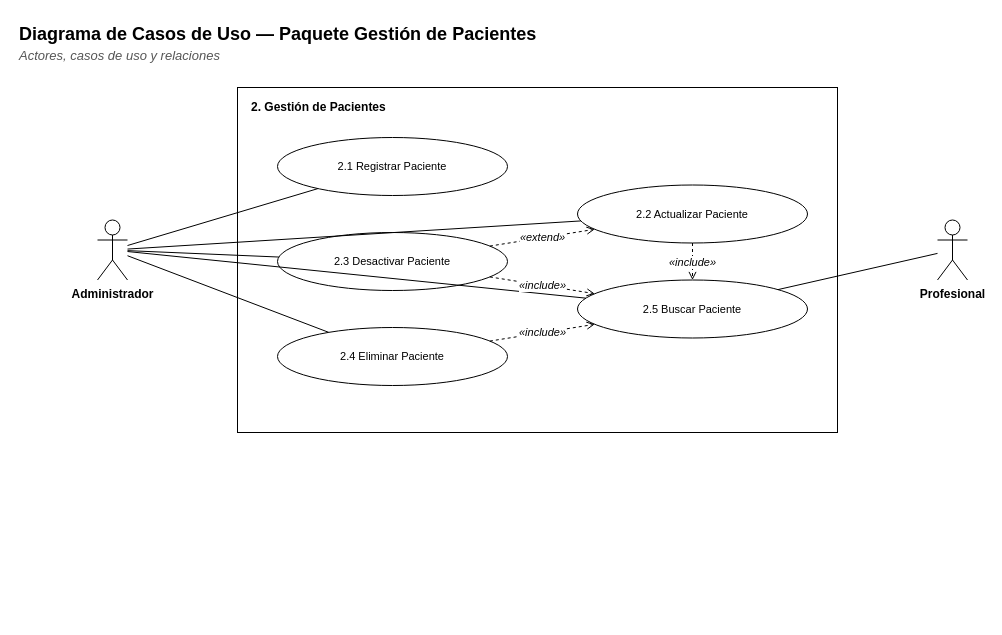
The draw.io diagram docs/diagramas/paquete-pacientes-casos.drawio in Matiglorioso/kineturnos, before the edit. Source tidied: cells renumbered, new cells numbered last; positions are measured from the earlier drawing's top-left corner, leaving out a move shared by most shapes. Both pictures are drawn from the tidied source at 100%, with x=0, y=0 at pixel (17, 17).
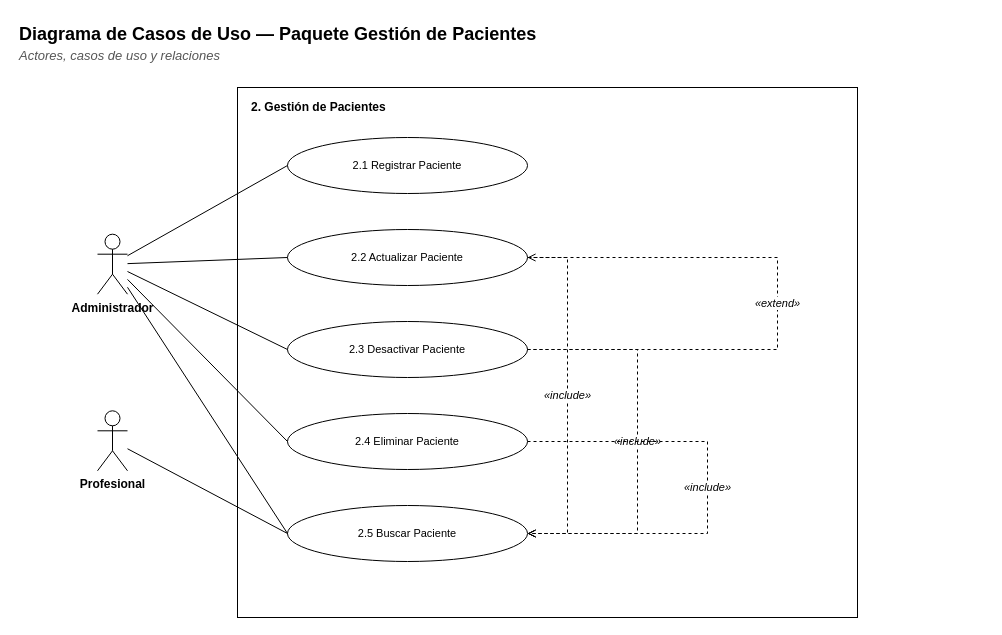
The same diagram, later.

Change to the diagram source:
```diff
@@
     <mxCell id="4" style="rounded=0;whiteSpace=wrap;html=1;fillColor=#FFFFFF;strokeColor=#000000;fontFamily=Helvetica;fontSize=12;verticalAlign=top;" parent="1" vertex="1">
-      <mxGeometry x="220" y="70" width="600" height="345" as="geometry" />
+      <mxGeometry x="220" y="70" width="620" height="530" as="geometry" />
     </mxCell>
     <mxCell id="5" value="&lt;b&gt;2. Gestión de Pacientes&lt;/b&gt;" style="text;html=1;strokeColor=none;fillColor=none;align=left;verticalAlign=top;whiteSpace=wrap;fontFamily=Helvetica;fontSize=12;" parent="1" vertex="1">
-      <mxGeometry x="232" y="76" width="580" height="20" as="geometry" />
+      <mxGeometry x="232" y="76" width="600" height="20" as="geometry" />
     </mxCell>
     <mxCell id="6" value="2.1 Registrar Paciente" style="ellipse;whiteSpace=wrap;html=1;fillColor=#FFFFFF;strokeColor=#000000;fontFamily=Helvetica;fontSize=11;" parent="1" vertex="1">
-      <mxGeometry x="260" y="120" width="230" height="58" as="geometry" />
+      <mxGeometry x="270" y="120" width="240" height="56" as="geometry" />
     </mxCell>
-    <mxCell id="7" value="2.3 Desactivar Paciente" style="ellipse;whiteSpace=wrap;html=1;fillColor=#FFFFFF;strokeColor=#000000;fontFamily=Helvetica;fontSize=11;" parent="1" vertex="1">
-      <mxGeometry x="260" y="215" width="230" height="58" as="geometry" />
+    <mxCell id="7" value="2.2 Actualizar Paciente" style="ellipse;whiteSpace=wrap;html=1;fillColor=#FFFFFF;strokeColor=#000000;fontFamily=Helvetica;fontSize=11;" parent="1" vertex="1">
+      <mxGeometry x="270" y="212" width="240" height="56" as="geometry" />
     </mxCell>
-    <mxCell id="8" value="2.4 Eliminar Paciente" style="ellipse;whiteSpace=wrap;html=1;fillColor=#FFFFFF;strokeColor=#000000;fontFamily=Helvetica;fontSize=11;" parent="1" vertex="1">
-      <mxGeometry x="260" y="310" width="230" height="58" as="geometry" />
+    <mxCell id="8" value="2.3 Desactivar Paciente" style="ellipse;whiteSpace=wrap;html=1;fillColor=#FFFFFF;strokeColor=#000000;fontFamily=Helvetica;fontSize=11;" parent="1" vertex="1">
+      <mxGeometry x="270" y="304" width="240" height="56" as="geometry" />
     </mxCell>
-    <mxCell id="9" value="2.2 Actualizar Paciente" style="ellipse;whiteSpace=wrap;html=1;fillColor=#FFFFFF;strokeColor=#000000;fontFamily=Helvetica;fontSize=11;" parent="1" vertex="1">
-      <mxGeometry x="560" y="167.5" width="230" height="58" as="geometry" />
+    <mxCell id="9" value="2.4 Eliminar Paciente" style="ellipse;whiteSpace=wrap;html=1;fillColor=#FFFFFF;strokeColor=#000000;fontFamily=Helvetica;fontSize=11;" parent="1" vertex="1">
+      <mxGeometry x="270" y="396" width="240" height="56" as="geometry" />
     </mxCell>
     <mxCell id="10" value="2.5 Buscar Paciente" style="ellipse;whiteSpace=wrap;html=1;fillColor=#FFFFFF;strokeColor=#000000;fontFamily=Helvetica;fontSize=11;" parent="1" vertex="1">
-      <mxGeometry x="560" y="262.5" width="230" height="58" as="geometry" />
+      <mxGeometry x="270" y="488" width="240" height="56" as="geometry" />
     </mxCell>
     <mxCell id="11" value="Administrador" style="shape=umlActor;verticalLabelPosition=bottom;verticalAlign=top;html=1;outlineConnect=0;fillColor=#FFFFFF;strokeColor=#000000;fontFamily=Helvetica;fontSize=12;fontStyle=1;" parent="1" vertex="1">
-      <mxGeometry x="80" y="202.5" width="30" height="60" as="geometry" />
+      <mxGeometry x="80" y="216.7" width="30" height="60" as="geometry" />
     </mxCell>
     <mxCell id="12" value="Profesional" style="shape=umlActor;verticalLabelPosition=bottom;verticalAlign=top;html=1;outlineConnect=0;fillColor=#FFFFFF;strokeColor=#000000;fontFamily=Helvetica;fontSize=12;fontStyle=1;" parent="1" vertex="1">
-      <mxGeometry x="920" y="202.5" width="30" height="60" as="geometry" />
+      <mxGeometry x="80" y="393.3" width="30" height="60" as="geometry" />
     </mxCell>
-    <mxCell id="13" style="edgeStyle=none;html=1;endArrow=none;endFill=0;strokeColor=#000000;fontFamily=Helvetica;fontSize=11;labelBackgroundColor=#FFFFFF;" parent="1" edge="1" source="11" target="6">
+    <mxCell id="13" style="edgeStyle=none;html=1;endArrow=none;endFill=0;strokeColor=#000000;fontFamily=Helvetica;fontSize=11;labelBackgroundColor=#FFFFFF;entryX=0;entryY=0.5;entryDx=0;entryDy=0;" parent="1" edge="1" source="11" target="6">
       <mxGeometry relative="1" as="geometry" />
     </mxCell>
-    <mxCell id="14" style="edgeStyle=none;html=1;endArrow=none;endFill=0;strokeColor=#000000;fontFamily=Helvetica;fontSize=11;labelBackgroundColor=#FFFFFF;" parent="1" edge="1" source="11" target="9">
+    <mxCell id="14" style="edgeStyle=none;html=1;endArrow=none;endFill=0;strokeColor=#000000;fontFamily=Helvetica;fontSize=11;labelBackgroundColor=#FFFFFF;entryX=0;entryY=0.5;entryDx=0;entryDy=0;" parent="1" edge="1" source="11" target="7">
       <mxGeometry relative="1" as="geometry" />
     </mxCell>
-    <mxCell id="15" style="edgeStyle=none;html=1;endArrow=none;endFill=0;strokeColor=#000000;fontFamily=Helvetica;fontSize=11;labelBackgroundColor=#FFFFFF;" parent="1" edge="1" source="11" target="7">
+    <mxCell id="15" style="edgeStyle=none;html=1;endArrow=none;endFill=0;strokeColor=#000000;fontFamily=Helvetica;fontSize=11;labelBackgroundColor=#FFFFFF;entryX=0;entryY=0.5;entryDx=0;entryDy=0;" parent="1" edge="1" source="11" target="8">
       <mxGeometry relative="1" as="geometry" />
     </mxCell>
-    <mxCell id="16" style="edgeStyle=none;html=1;endArrow=none;endFill=0;strokeColor=#000000;fontFamily=Helvetica;fontSize=11;labelBackgroundColor=#FFFFFF;" parent="1" edge="1" source="11" target="8">
+    <mxCell id="16" style="edgeStyle=none;html=1;endArrow=none;endFill=0;strokeColor=#000000;fontFamily=Helvetica;fontSize=11;labelBackgroundColor=#FFFFFF;entryX=0;entryY=0.5;entryDx=0;entryDy=0;" parent="1" edge="1" source="11" target="9">
       <mxGeometry relative="1" as="geometry" />
     </mxCell>
-    <mxCell id="17" style="edgeStyle=none;html=1;endArrow=none;endFill=0;strokeColor=#000000;fontFamily=Helvetica;fontSize=11;labelBackgroundColor=#FFFFFF;" parent="1" edge="1" source="11" target="10">
+    <mxCell id="17" style="edgeStyle=none;html=1;endArrow=none;endFill=0;strokeColor=#000000;fontFamily=Helvetica;fontSize=11;labelBackgroundColor=#FFFFFF;entryX=0;entryY=0.5;entryDx=0;entryDy=0;" parent="1" edge="1" source="11" target="10">
       <mxGeometry relative="1" as="geometry" />
     </mxCell>
-    <mxCell id="18" style="edgeStyle=none;html=1;endArrow=none;endFill=0;strokeColor=#000000;fontFamily=Helvetica;fontSize=11;labelBackgroundColor=#FFFFFF;" parent="1" edge="1" source="12" target="10">
+    <mxCell id="18" style="edgeStyle=none;html=1;endArrow=none;endFill=0;strokeColor=#000000;fontFamily=Helvetica;fontSize=11;labelBackgroundColor=#FFFFFF;entryX=0;entryY=0.5;entryDx=0;entryDy=0;" parent="1" edge="1" source="12" target="10">
       <mxGeometry relative="1" as="geometry" />
     </mxCell>
-    <mxCell id="19" value="«include»" style="edgeStyle=none;html=1;endArrow=open;endFill=0;strokeColor=#000000;fontFamily=Helvetica;fontSize=11;labelBackgroundColor=#FFFFFF;dashed=1;fontStyle=2;" parent="1" edge="1" source="9" target="10">
-      <mxGeometry relative="1" as="geometry" />
+    <mxCell id="19" value="«include»" style="edgeStyle=orthogonalEdgeStyle;rounded=0;html=1;endArrow=open;startArrow=none;endFill=0;startFill=0;strokeColor=#000000;fontFamily=Helvetica;fontSize=11;fontStyle=2;labelBackgroundColor=#FFFFFF;dashed=1;exitX=1;exitY=0.5;exitDx=0;exitDy=0;entryX=1;entryY=0.5;entryDx=0;entryDy=0;" parent="1" edge="1" source="7" target="10">
+      <mxGeometry relative="1" as="geometry">
+        <Array as="points">
+          <mxPoint x="550" y="240" />
+          <mxPoint x="550" y="516" />
+        </Array>
+      </mxGeometry>
     </mxCell>
-    <mxCell id="20" value="«include»" style="edgeStyle=none;html=1;endArrow=open;endFill=0;strokeColor=#000000;fontFamily=Helvetica;fontSize=11;labelBackgroundColor=#FFFFFF;dashed=1;fontStyle=2;" parent="1" edge="1" source="7" target="10">
-      <mxGeometry relative="1" as="geometry" />
+    <mxCell id="20" value="«include»" style="edgeStyle=orthogonalEdgeStyle;rounded=0;html=1;endArrow=open;startArrow=none;endFill=0;startFill=0;strokeColor=#000000;fontFamily=Helvetica;fontSize=11;fontStyle=2;labelBackgroundColor=#FFFFFF;dashed=1;exitX=1;exitY=0.5;exitDx=0;exitDy=0;entryX=1;entryY=0.5;entryDx=0;entryDy=0;" parent="1" edge="1" source="8" target="10">
+      <mxGeometry relative="1" as="geometry">
+        <Array as="points">
+          <mxPoint x="620" y="332" />
+          <mxPoint x="620" y="516" />
+        </Array>
+      </mxGeometry>
     </mxCell>
-    <mxCell id="21" value="«include»" style="edgeStyle=none;html=1;endArrow=open;endFill=0;strokeColor=#000000;fontFamily=Helvetica;fontSize=11;labelBackgroundColor=#FFFFFF;dashed=1;fontStyle=2;" parent="1" edge="1" source="8" target="10">
-      <mxGeometry relative="1" as="geometry" />
+    <mxCell id="21" value="«include»" style="edgeStyle=orthogonalEdgeStyle;rounded=0;html=1;endArrow=open;startArrow=none;endFill=0;startFill=0;strokeColor=#000000;fontFamily=Helvetica;fontSize=11;fontStyle=2;labelBackgroundColor=#FFFFFF;dashed=1;exitX=1;exitY=0.5;exitDx=0;exitDy=0;entryX=1;entryY=0.5;entryDx=0;entryDy=0;" parent="1" edge="1" source="9" target="10">
+      <mxGeometry relative="1" as="geometry">
+        <Array as="points">
+          <mxPoint x="690" y="424" />
+          <mxPoint x="690" y="516" />
+        </Array>
+      </mxGeometry>
     </mxCell>
-    <mxCell id="22" value="«extend»" style="edgeStyle=none;html=1;endArrow=open;endFill=0;strokeColor=#000000;fontFamily=Helvetica;fontSize=11;labelBackgroundColor=#FFFFFF;dashed=1;fontStyle=2;" parent="1" edge="1" source="7" target="9">
-      <mxGeometry relative="1" as="geometry" />
+    <mxCell id="22" value="«extend»" style="edgeStyle=orthogonalEdgeStyle;rounded=0;html=1;endArrow=open;startArrow=none;endFill=0;startFill=0;strokeColor=#000000;fontFamily=Helvetica;fontSize=11;fontStyle=2;labelBackgroundColor=#FFFFFF;dashed=1;exitX=1;exitY=0.5;exitDx=0;exitDy=0;entryX=1;entryY=0.5;entryDx=0;entryDy=0;" parent="1" edge="1" source="8" target="7">
+      <mxGeometry relative="1" as="geometry">
+        <Array as="points">
+          <mxPoint x="760" y="332" />
+          <mxPoint x="760" y="240" />
+        </Array>
+      </mxGeometry>
     </mxCell>
```
